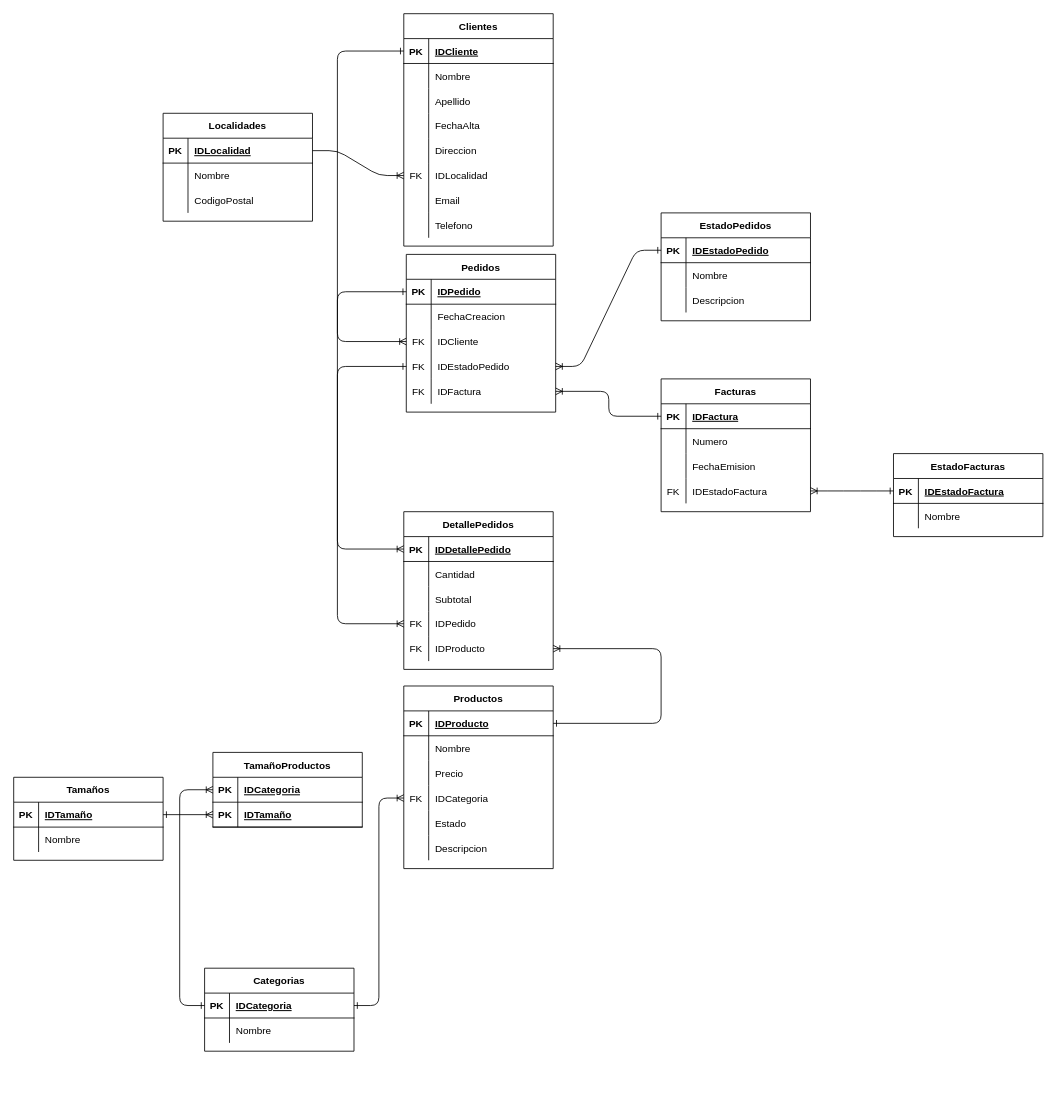
This is Delivery DER.drawio from RailGun15/laboratorio3-20202c, a draw.io file, before an edit. Source tidied: cells renumbered, new cells numbered last; positions are measured from the earlier drawing's top-left corner, leaving out a move shared by most shapes. Both pictures are drawn from the tidied source at 83%, with x=0, y=0 at pixel (13, 13).
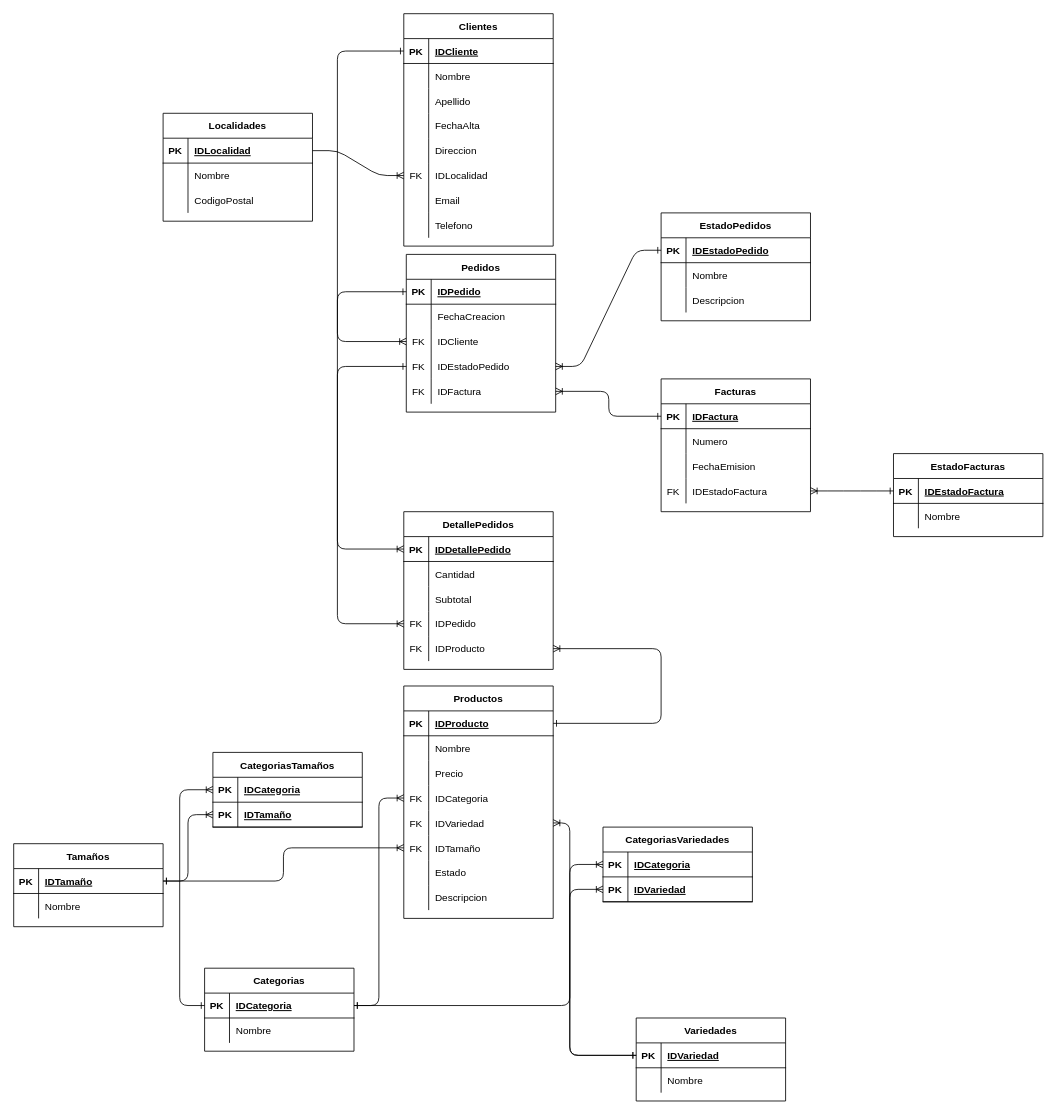
Above is the later version.

The change refers to these unchanged cells:
```xml
<mxCell id="127" style="shape=partialRectangle;fillColor=none;top=0;left=0;bottom=1;right=0;points=[[0,0.5],[1,0.5]];portConstraint=eastwest;" parent="126" vertex="1">
  <mxGeometry y="30" width="180" height="30" as="geometry" />
</mxCell>
<mxCell id="135" style="shape=partialRectangle;fillColor=none;top=0;left=0;bottom=1;right=0;points=[[0,0.5],[1,0.5]];portConstraint=eastwest;" parent="134" vertex="1">
  <mxGeometry y="30" width="180" height="30" as="geometry" />
</mxCell>
<mxCell id="146" style="shape=partialRectangle;fillColor=none;top=0;left=0;bottom=1;right=0;points=[[0,0.5],[1,0.5]];portConstraint=eastwest;" parent="142" vertex="1">
  <mxGeometry y="60" width="180" height="30" as="geometry" />
</mxCell>
```

What changed in the source:
```diff
@@
     <mxCell id="59" value="Productos" style="shape=table;startSize=30;childLayout=tableLayout;rowLines=0;fontStyle=1;align=center;" parent="1" vertex="1">
-      <mxGeometry x="470" y="810" width="180" height="220" as="geometry" />
+      <mxGeometry x="470" y="810" width="180" height="280" as="geometry" />
     </mxCell>
@@
+    <mxCell id="150" style="shape=partialRectangle;fillColor=none;top=0;left=0;bottom=0;right=0;points=[[0,0.5],[1,0.5]];portConstraint=eastwest;" parent="59" vertex="1">
+      <mxGeometry y="150" width="180" height="30" as="geometry" />
+    </mxCell>
+    <mxCell id="151" value="FK" style="shape=partialRectangle;fillColor=none;top=0;left=0;bottom=0;right=0;fontStyle=0;overflow=hidden;" parent="150" vertex="1">
+      <mxGeometry width="30" height="30" as="geometry" />
+    </mxCell>
+    <mxCell id="152" value="IDVariedad" style="shape=partialRectangle;fillColor=none;top=0;left=0;bottom=0;right=0;align=left;spacingLeft=6;fontStyle=0;overflow=hidden;" parent="150" vertex="1">
+      <mxGeometry x="30" width="150" height="30" as="geometry" />
+    </mxCell>
+    <mxCell id="153" style="shape=partialRectangle;fillColor=none;top=0;left=0;bottom=0;right=0;points=[[0,0.5],[1,0.5]];portConstraint=eastwest;" parent="59" vertex="1">
+      <mxGeometry y="180" width="180" height="30" as="geometry" />
+    </mxCell>
+    <mxCell id="154" value="FK" style="shape=partialRectangle;fillColor=none;top=0;left=0;bottom=0;right=0;fontStyle=0;overflow=hidden;" parent="153" vertex="1">
+      <mxGeometry width="30" height="30" as="geometry" />
+    </mxCell>
+    <mxCell id="155" value="IDTamaño" style="shape=partialRectangle;fillColor=none;top=0;left=0;bottom=0;right=0;align=left;spacingLeft=6;fontStyle=0;overflow=hidden;" parent="153" vertex="1">
+      <mxGeometry x="30" width="150" height="30" as="geometry" />
+    </mxCell>
     <mxCell id="72" style="shape=partialRectangle;fillColor=none;top=0;left=0;bottom=0;right=0;" parent="59" vertex="1">
-      <mxGeometry y="150" width="180" height="30" as="geometry" />
+      <mxGeometry y="210" width="180" height="30" as="geometry" />
     </mxCell>
@@
     <mxCell id="75" style="shape=partialRectangle;fillColor=none;top=0;left=0;bottom=0;right=0;" parent="59" vertex="1">
-      <mxGeometry y="180" width="180" height="30" as="geometry" />
+      <mxGeometry y="240" width="180" height="30" as="geometry" />
     </mxCell>
@@
     <mxCell id="126" value="Tamaños" style="shape=table;startSize=30;childLayout=tableLayout;rowLines=0;fontStyle=1;align=center;" parent="1" vertex="1">
-      <mxGeometry y="920" width="180" height="100" as="geometry" />
+      <mxGeometry y="1000" width="180" height="100" as="geometry" />
     </mxCell>
@@
+    <mxCell id="156" value="Variedades" style="shape=table;startSize=30;childLayout=tableLayout;rowLines=0;fontStyle=1;align=center;" parent="1" vertex="1">
+      <mxGeometry x="750" y="1210" width="180" height="100" as="geometry" />
+    </mxCell>
+    <mxCell id="157" style="shape=partialRectangle;fillColor=none;top=0;left=0;bottom=1;right=0;points=[[0,0.5],[1,0.5]];portConstraint=eastwest;" parent="156" vertex="1">
+      <mxGeometry y="30" width="180" height="30" as="geometry" />
+    </mxCell>
+    <mxCell id="158" value="PK" style="shape=partialRectangle;fillColor=none;top=0;left=0;bottom=0;right=0;fontStyle=1;overflow=hidden;" parent="157" vertex="1">
+      <mxGeometry width="30" height="30" as="geometry" />
+    </mxCell>
+    <mxCell id="159" value="IDVariedad" style="shape=partialRectangle;fillColor=none;top=0;left=0;bottom=0;right=0;align=left;spacingLeft=6;fontStyle=5;overflow=hidden;" parent="157" vertex="1">
+      <mxGeometry x="30" width="150" height="30" as="geometry" />
+    </mxCell>
+    <mxCell id="160" style="shape=partialRectangle;fillColor=none;top=0;left=0;bottom=0;right=0;" parent="156" vertex="1">
+      <mxGeometry y="60" width="180" height="30" as="geometry" />
+    </mxCell>
+    <mxCell id="161" style="shape=partialRectangle;fillColor=none;top=0;left=0;bottom=0;right=0;overflow=hidden;" parent="160" vertex="1">
+      <mxGeometry width="30" height="30" as="geometry" />
+    </mxCell>
+    <mxCell id="162" value="Nombre" style="shape=partialRectangle;fillColor=none;top=0;left=0;bottom=0;right=0;align=left;spacingLeft=6;overflow=hidden;" parent="160" vertex="1">
+      <mxGeometry x="30" width="150" height="30" as="geometry" />
+    </mxCell>
+    <mxCell id="163" style="fontSize=12;html=1;endArrow=ERone;entryX=0;entryY=0.5;entryDx=0;entryDy=0;startArrow=ERoneToMany;startFill=0;endFill=0;exitX=0;exitY=0.5;exitDx=0;exitDy=0;edgeStyle=elbowEdgeStyle;" parent="1" edge="1" source="168" target="157">
+      <mxGeometry relative="1" as="geometry">
+        <Array as="points">
+          <mxPoint x="670" y="1150" />
+        </Array>
+      </mxGeometry>
+    </mxCell>
-    <mxCell id="133" style="fontSize=12;html=1;endArrow=ERone;startArrow=ERoneToMany;startFill=0;endFill=0;exitX=0;exitY=0.5;exitDx=0;exitDy=0;entryX=1;entryY=0.5;entryDx=0;entryDy=0;" parent="1" edge="1" source="146" target="127">
+    <mxCell id="133" style="fontSize=12;html=1;endArrow=ERone;startArrow=ERoneToMany;startFill=0;endFill=0;exitX=0;exitY=0.5;exitDx=0;exitDy=0;entryX=1;entryY=0.5;entryDx=0;entryDy=0;edgeStyle=elbowEdgeStyle;" parent="1" edge="1" source="146" target="127">
       <mxGeometry relative="1" as="geometry" />
     </mxCell>
@@
-    <mxCell id="142" value="TamañoProductos" style="shape=table;startSize=30;childLayout=tableLayout;rowLines=0;fontStyle=1;align=center;" parent="1" vertex="1">
+    <mxCell id="142" value="CategoriasTamaños" style="shape=table;startSize=30;childLayout=tableLayout;rowLines=0;fontStyle=1;align=center;" parent="1" vertex="1">
       <mxGeometry x="240" y="890" width="180" height="90" as="geometry" />
     </mxCell>
@@
+    <mxCell id="164" value="CategoriasVariedades" style="shape=table;startSize=30;childLayout=tableLayout;rowLines=0;fontStyle=1;align=center;" parent="1" vertex="1">
+      <mxGeometry x="710" y="980" width="180" height="90" as="geometry" />
+    </mxCell>
+    <mxCell id="165" style="shape=partialRectangle;fillColor=none;top=0;left=0;bottom=1;right=0;points=[[0,0.5],[1,0.5]];portConstraint=eastwest;" parent="164" vertex="1">
+      <mxGeometry y="30" width="180" height="30" as="geometry" />
+    </mxCell>
+    <mxCell id="166" value="PK" style="shape=partialRectangle;fillColor=none;top=0;left=0;bottom=0;right=0;fontStyle=1;overflow=hidden;" parent="165" vertex="1">
+      <mxGeometry width="30" height="30" as="geometry" />
+    </mxCell>
+    <mxCell id="167" value="IDCategoria" style="shape=partialRectangle;fillColor=none;top=0;left=0;bottom=0;right=0;align=left;spacingLeft=6;fontStyle=5;overflow=hidden;" parent="165" vertex="1">
+      <mxGeometry x="30" width="150" height="30" as="geometry" />
+    </mxCell>
+    <mxCell id="168" style="shape=partialRectangle;fillColor=none;top=0;left=0;bottom=1;right=0;points=[[0,0.5],[1,0.5]];portConstraint=eastwest;" parent="164" vertex="1">
+      <mxGeometry y="60" width="180" height="30" as="geometry" />
+    </mxCell>
+    <mxCell id="169" value="PK" style="shape=partialRectangle;fillColor=none;top=0;left=0;bottom=0;right=0;fontStyle=1;overflow=hidden;" parent="168" vertex="1">
+      <mxGeometry width="30" height="30" as="geometry" />
+    </mxCell>
+    <mxCell id="170" value="IDVariedad" style="shape=partialRectangle;fillColor=none;top=0;left=0;bottom=0;right=0;align=left;spacingLeft=6;fontStyle=5;overflow=hidden;" parent="168" vertex="1">
+      <mxGeometry x="30" width="150" height="30" as="geometry" />
+    </mxCell>
@@
+    <mxCell id="171" style="fontSize=12;html=1;endArrow=ERone;startArrow=ERoneToMany;startFill=0;endFill=0;entryX=1;entryY=0.5;entryDx=0;entryDy=0;edgeStyle=elbowEdgeStyle;exitX=0;exitY=0.5;exitDx=0;exitDy=0;" parent="1" edge="1" source="165" target="135">
+      <mxGeometry relative="1" as="geometry">
+        <Array as="points">
+          <mxPoint x="670" y="1120" />
+          <mxPoint x="470" y="1110" />
+          <mxPoint x="440" y="1090" />
+        </Array>
+      </mxGeometry>
+    </mxCell>
+    <mxCell id="172" style="fontSize=12;html=1;endArrow=ERone;startArrow=ERoneToMany;startFill=0;endFill=0;exitX=0;exitY=0.5;exitDx=0;exitDy=0;entryX=1;entryY=0.5;entryDx=0;entryDy=0;edgeStyle=elbowEdgeStyle;" parent="1" edge="1" source="153" target="127">
+      <mxGeometry relative="1" as="geometry" />
+    </mxCell>
+    <mxCell id="173" style="fontSize=12;html=1;endArrow=ERone;entryX=0;entryY=0.5;entryDx=0;entryDy=0;startArrow=ERoneToMany;startFill=0;endFill=0;exitX=1;exitY=0.5;exitDx=0;exitDy=0;edgeStyle=elbowEdgeStyle;" parent="1" edge="1" source="150" target="157">
+      <mxGeometry relative="1" as="geometry">
+        <Array as="points">
+          <mxPoint x="670" y="1110" />
+        </Array>
+      </mxGeometry>
+    </mxCell>
```
